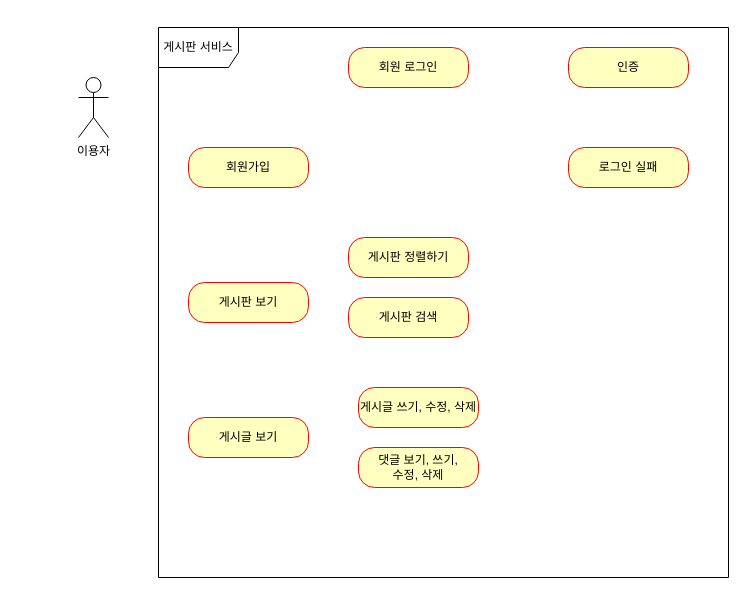
The draw.io diagram document/제목 없는 다이어그램.drawio in OhYesLee/project-board, before the edit. Source tidied: cells renumbered, new cells numbered last; positions are measured from the earlier drawing's top-left corner, leaving out a move shared by most shapes. Both pictures are drawn from the tidied source at 100%, with x=0, y=0 at pixel (78, 27).
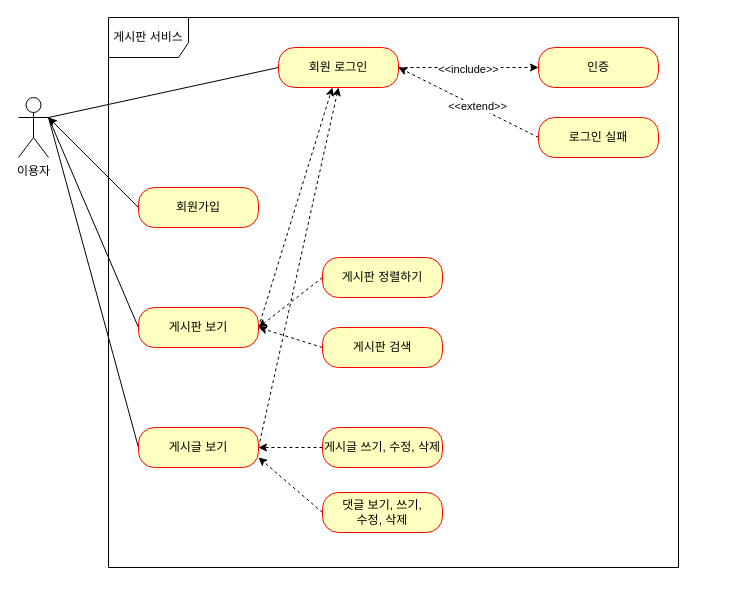
The same diagram, later.

Commit message:
다이어그램.drawio 업데이트

Change to the diagram source:
```diff
@@
     <mxCell id="2" value="이용자" style="shape=umlActor;verticalLabelPosition=bottom;verticalAlign=top;html=1;" parent="1" vertex="1">
-      <mxGeometry y="50" width="30" height="60" as="geometry" />
+      <mxGeometry x="-60" y="70" width="30" height="60" as="geometry" />
     </mxCell>
     <mxCell id="3" value="게시판 서비스" style="shape=umlFrame;whiteSpace=wrap;html=1;width=80;height=40;" parent="1" vertex="1">
-      <mxGeometry x="80" width="570" height="550" as="geometry" />
+      <mxGeometry x="30" y="-10" width="570" height="550" as="geometry" />
     </mxCell>
+    <mxCell id="14" style="rounded=0;jettySize=auto;html=1;exitX=0;exitY=0.5;exitDx=0;exitDy=0;entryX=1;entryY=0.3333333333333333;entryDx=0;entryDy=0;entryPerimeter=0;" parent="1" edge="1" source="4" target="2">
+      <mxGeometry relative="1" as="geometry" />
+    </mxCell>
     <mxCell id="4" value="회원가입" style="rounded=1;whiteSpace=wrap;html=1;arcSize=40;fontColor=#000000;fillColor=#ffffc0;strokeColor=#ff0000;" parent="1" vertex="1">
-      <mxGeometry x="110" y="120" width="120" height="40" as="geometry" />
+      <mxGeometry x="60" y="160" width="120" height="40" as="geometry" />
     </mxCell>
+    <mxCell id="15" style="rounded=0;jettySize=auto;html=1;exitX=0;exitY=0.5;exitDx=0;exitDy=0;endArrow=none;endFill=0;" parent="1" edge="1" source="5">
+      <mxGeometry relative="1" as="geometry">
+        <mxPoint x="-30" y="90" as="targetPoint" />
+      </mxGeometry>
+    </mxCell>
+    <mxCell id="16" style="rounded=0;jettySize=auto;html=1;exitX=1;exitY=0.5;exitDx=0;exitDy=0;dashed=1;" parent="1" edge="1" source="5" target="7">
+      <mxGeometry relative="1" as="geometry" />
+    </mxCell>
     <mxCell id="5" value="게시판 보기" style="rounded=1;whiteSpace=wrap;html=1;arcSize=40;fontColor=#000000;fillColor=#ffffc0;strokeColor=#ff0000;" parent="1" vertex="1">
-      <mxGeometry x="110" y="255" width="120" height="40" as="geometry" />
+      <mxGeometry x="60" y="280" width="120" height="40" as="geometry" />
     </mxCell>
+    <mxCell id="17" style="rounded=0;jettySize=auto;html=1;exitX=0;exitY=0.5;exitDx=0;exitDy=0;endArrow=none;endFill=0;" parent="1" edge="1" source="6">
+      <mxGeometry relative="1" as="geometry">
+        <mxPoint x="-30" y="90" as="targetPoint" />
+      </mxGeometry>
+    </mxCell>
+    <mxCell id="18" style="rounded=0;jettySize=auto;html=1;exitX=1;exitY=0.5;exitDx=0;exitDy=0;entryX=0.5;entryY=1;entryDx=0;entryDy=0;dashed=1;" parent="1" edge="1" source="6" target="7">
+      <mxGeometry relative="1" as="geometry" />
+    </mxCell>
     <mxCell id="6" value="게시글 보기" style="rounded=1;whiteSpace=wrap;html=1;arcSize=40;fontColor=#000000;fillColor=#ffffc0;strokeColor=#ff0000;" parent="1" vertex="1">
-      <mxGeometry x="110" y="390" width="120" height="40" as="geometry" />
+      <mxGeometry x="60" y="400" width="120" height="40" as="geometry" />
     </mxCell>
+    <mxCell id="19" style="rounded=0;jettySize=auto;html=1;exitX=0;exitY=0.5;exitDx=0;exitDy=0;entryX=1;entryY=0.3333333333333333;entryDx=0;entryDy=0;entryPerimeter=0;endArrow=none;endFill=0;" parent="1" edge="1" source="7" target="2">
+      <mxGeometry relative="1" as="geometry" />
+    </mxCell>
+    <mxCell id="20" style="edgeStyle=orthogonalEdgeStyle;rounded=0;jettySize=auto;html=1;exitX=1;exitY=0.5;exitDx=0;exitDy=0;dashed=1;" parent="1" edge="1" source="7" target="8">
+      <mxGeometry relative="1" as="geometry" />
+    </mxCell>
+    <mxCell id="21" value="&amp;lt;&amp;lt;include&amp;gt;&amp;gt;" style="edgeLabel;html=1;align=center;verticalAlign=middle;" parent="20" vertex="1">
+      <mxGeometry x="-0.02" y="-1" relative="1" as="geometry" />
+    </mxCell>
     <mxCell id="7" value="회원 로그인" style="rounded=1;whiteSpace=wrap;html=1;arcSize=40;fontColor=#000000;fillColor=#ffffc0;strokeColor=#ff0000;" parent="1" vertex="1">
-      <mxGeometry x="270" y="20" width="120" height="40" as="geometry" />
+      <mxGeometry x="200" y="20" width="120" height="40" as="geometry" />
     </mxCell>
     <mxCell id="8" value="인증" style="rounded=1;whiteSpace=wrap;html=1;arcSize=40;fontColor=#000000;fillColor=#ffffc0;strokeColor=#ff0000;" parent="1" vertex="1">
-      <mxGeometry x="490" y="20" width="120" height="40" as="geometry" />
+      <mxGeometry x="460" y="20" width="120" height="40" as="geometry" />
     </mxCell>
+    <mxCell id="22" style="rounded=0;jettySize=auto;html=1;exitX=0;exitY=0.5;exitDx=0;exitDy=0;endArrow=classic;endFill=1;entryX=1;entryY=0.5;entryDx=0;entryDy=0;dashed=1;" parent="1" edge="1" source="9" target="7">
+      <mxGeometry relative="1" as="geometry" />
+    </mxCell>
+    <mxCell id="23" value="&amp;lt;&amp;lt;extend&amp;gt;&amp;gt;" style="edgeLabel;html=1;align=center;verticalAlign=middle;" parent="22" vertex="1">
+      <mxGeometry x="-0.12" y="-1" relative="1" as="geometry" />
+    </mxCell>
     <mxCell id="9" value="로그인 실패" style="rounded=1;whiteSpace=wrap;html=1;arcSize=40;fontColor=#000000;fillColor=#ffffc0;strokeColor=#ff0000;" parent="1" vertex="1">
-      <mxGeometry x="490" y="120" width="120" height="40" as="geometry" />
+      <mxGeometry x="460" y="90" width="120" height="40" as="geometry" />
     </mxCell>
+    <mxCell id="24" style="rounded=0;jettySize=auto;html=1;exitX=0;exitY=0.5;exitDx=0;exitDy=0;entryX=1;entryY=0.5;entryDx=0;entryDy=0;dashed=1;" parent="1" edge="1" source="10" target="5">
+      <mxGeometry relative="1" as="geometry" />
+    </mxCell>
     <mxCell id="10" value="게시판 정렬하기" style="rounded=1;whiteSpace=wrap;html=1;arcSize=40;fontColor=#000000;fillColor=#ffffc0;strokeColor=#ff0000;" parent="1" vertex="1">
-      <mxGeometry x="270" y="210" width="120" height="40" as="geometry" />
+      <mxGeometry x="244" y="230" width="120" height="40" as="geometry" />
     </mxCell>
+    <mxCell id="25" style="rounded=0;jettySize=auto;html=1;exitX=0;exitY=0.5;exitDx=0;exitDy=0;dashed=1;" parent="1" edge="1" source="11">
+      <mxGeometry relative="1" as="geometry">
+        <mxPoint x="180" y="300" as="targetPoint" />
+      </mxGeometry>
+    </mxCell>
     <mxCell id="11" value="게시판 검색" style="rounded=1;whiteSpace=wrap;html=1;arcSize=40;fontColor=#000000;fillColor=#ffffc0;strokeColor=#ff0000;" parent="1" vertex="1">
-      <mxGeometry x="270" y="270" width="120" height="40" as="geometry" />
+      <mxGeometry x="244" y="300" width="120" height="40" as="geometry" />
     </mxCell>
+    <mxCell id="26" style="edgeStyle=orthogonalEdgeStyle;rounded=0;jettySize=auto;html=1;exitX=0;exitY=0.5;exitDx=0;exitDy=0;entryX=1;entryY=0.5;entryDx=0;entryDy=0;dashed=1;" parent="1" edge="1" source="12" target="6">
+      <mxGeometry relative="1" as="geometry" />
+    </mxCell>
     <mxCell id="12" value="게시글 쓰기, 수정, 삭제" style="rounded=1;whiteSpace=wrap;html=1;arcSize=40;fontColor=#000000;fillColor=#ffffc0;strokeColor=#ff0000;" parent="1" vertex="1">
-      <mxGeometry x="280" y="360" width="120" height="40" as="geometry" />
+      <mxGeometry x="244" y="400" width="120" height="40" as="geometry" />
     </mxCell>
+    <mxCell id="27" style="rounded=0;jettySize=auto;html=1;exitX=0;exitY=0.5;exitDx=0;exitDy=0;entryX=1;entryY=0.75;entryDx=0;entryDy=0;dashed=1;" parent="1" edge="1" source="13" target="6">
+      <mxGeometry relative="1" as="geometry" />
+    </mxCell>
     <mxCell id="13" value="댓글 보기, 쓰기, &lt;br&gt;수정, 삭제" style="rounded=1;whiteSpace=wrap;html=1;arcSize=40;fontColor=#000000;fillColor=#ffffc0;strokeColor=#ff0000;" parent="1" vertex="1">
-      <mxGeometry x="280" y="420" width="120" height="40" as="geometry" />
+      <mxGeometry x="244" y="465" width="120" height="40" as="geometry" />
     </mxCell>
```
